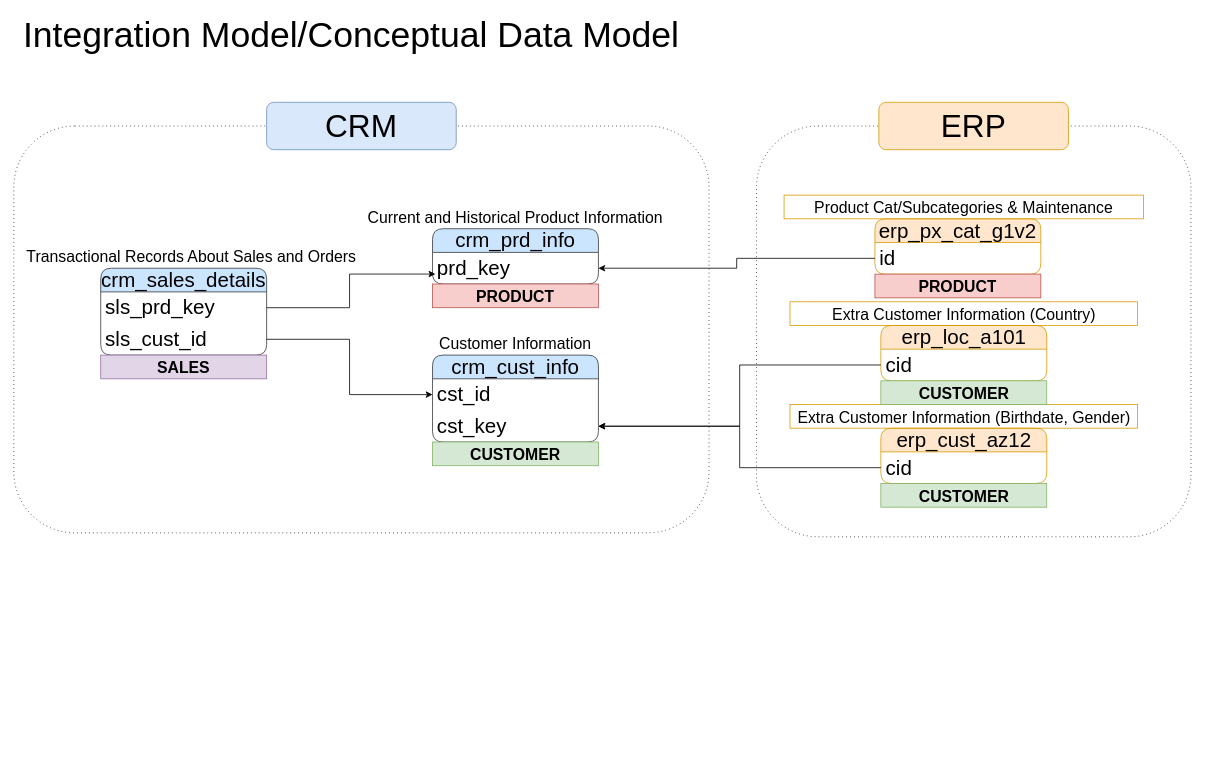
Above: page "Conceptual Data Model" (3 of 4) of images/ArchitectureDiagrams.drawio in sdsouto/sql-data-warehouse-project (draw.io), before the change. Source tidied: cells renumbered, new cells numbered last; positions are measured from the earlier drawing's top-left corner, leaving out a move shared by most shapes. Both pictures are drawn from the tidied source at 79%, with x=0, y=0 at pixel (13, 23).
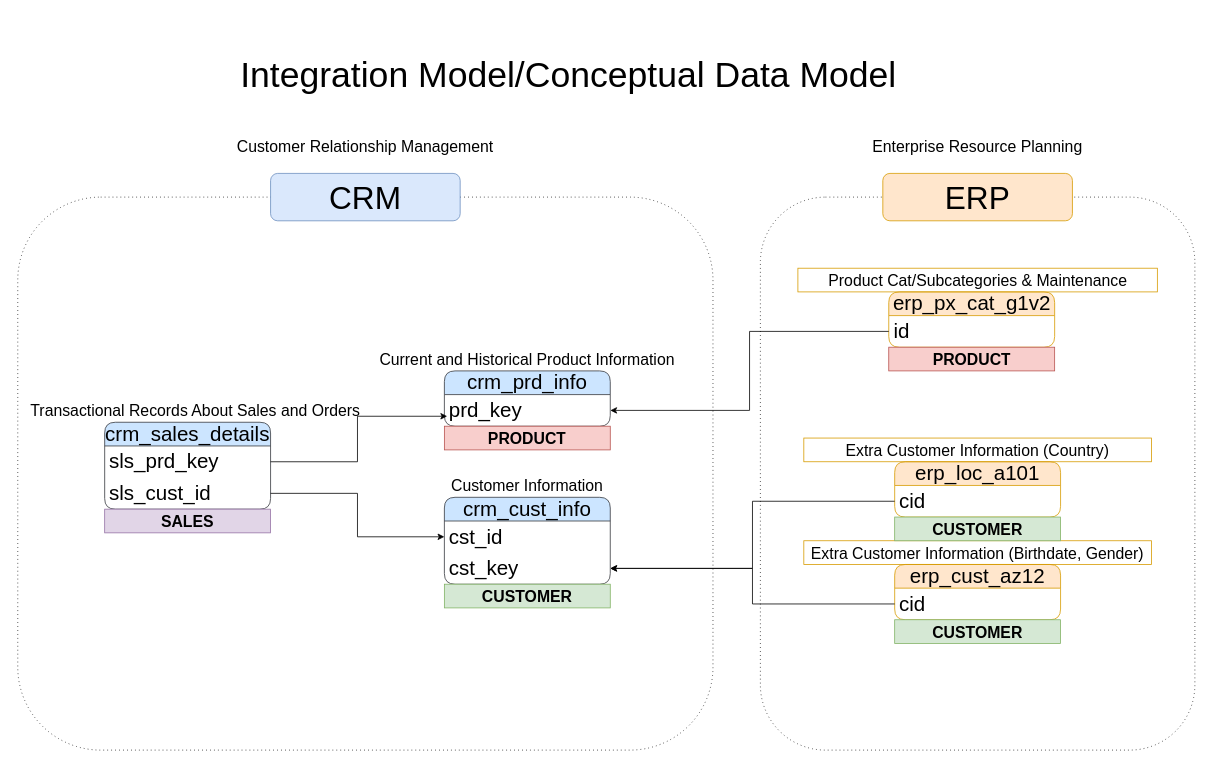
Above is the later version.

What changed in the source:
```diff
@@
     <mxCell id="2" style="rounded=1;whiteSpace=wrap;html=1;dashed=1;dashPattern=1 4;" parent="1" vertex="1">
-      <mxGeometry x="940" y="130" width="550" height="520" as="geometry" />
+      <mxGeometry x="945" y="220" width="550" height="700" as="geometry" />
     </mxCell>
     <mxCell id="3" style="rounded=1;whiteSpace=wrap;html=1;dashed=1;dashPattern=1 4;" parent="1" vertex="1">
-      <mxGeometry y="130" width="880" height="515" as="geometry" />
+      <mxGeometry x="5" y="220" width="880" height="700" as="geometry" />
     </mxCell>
     <mxCell id="4" value="&lt;font style=&quot;font-size: 45px;&quot;&gt;Integration Model/Conceptual Data Model&lt;/font&gt;" style="text;html=1;align=left;verticalAlign=middle;whiteSpace=wrap;rounded=0;" parent="1" vertex="1">
-      <mxGeometry x="10" width="940" height="30" as="geometry" />
+      <mxGeometry x="285" y="50" width="940" height="30" as="geometry" />
     </mxCell>
     <mxCell id="5" value="crm_cust_info" style="swimlane;fontStyle=0;horizontal=1;startSize=30;whiteSpace=wrap;html=1;rounded=1;swimlaneLine=1;shadow=0;glass=0;fillColor=#cce5ff;strokeColor=#36393d;fontSize=26;" parent="1" vertex="1">
-      <mxGeometry x="530" y="420" width="210" height="110" as="geometry" />
+      <mxGeometry x="545" y="600" width="210" height="110" as="geometry" />
     </mxCell>
@@
     <mxCell id="8" value="&lt;font style=&quot;font-size: 20px;&quot;&gt;Customer Information&lt;/font&gt;" style="text;html=1;align=center;verticalAlign=middle;whiteSpace=wrap;rounded=0;" parent="1" vertex="1">
-      <mxGeometry x="520" y="390" width="230" height="30" as="geometry" />
+      <mxGeometry x="535" y="570" width="230" height="30" as="geometry" />
     </mxCell>
     <mxCell id="9" value="&lt;font style=&quot;font-size: 20px;&quot;&gt;Current and Historical Product Information&lt;/font&gt;" style="text;html=1;align=center;verticalAlign=middle;whiteSpace=wrap;rounded=0;" parent="1" vertex="1">
-      <mxGeometry x="440" y="230" width="390" height="30" as="geometry" />
+      <mxGeometry x="455" y="410" width="390" height="30" as="geometry" />
     </mxCell>
     <mxCell id="10" value="crm_prd_info" style="swimlane;fontStyle=0;horizontal=1;startSize=30;whiteSpace=wrap;html=1;rounded=1;swimlaneLine=1;shadow=0;glass=0;fillColor=#cce5ff;strokeColor=#36393d;fontSize=26;" parent="1" vertex="1">
-      <mxGeometry x="530" y="260" width="210" height="70" as="geometry" />
+      <mxGeometry x="545" y="440" width="210" height="70" as="geometry" />
     </mxCell>
@@
     <mxCell id="12" value="&lt;span style=&quot;font-size: 20px;&quot;&gt;Transactional Records About Sales and Orders&lt;/span&gt;" style="text;html=1;align=center;verticalAlign=middle;whiteSpace=wrap;rounded=0;" parent="1" vertex="1">
-      <mxGeometry x="10" y="280" width="430" height="30" as="geometry" />
+      <mxGeometry x="15" y="475" width="430" height="30" as="geometry" />
     </mxCell>
     <mxCell id="13" value="crm_sales_details" style="swimlane;fontStyle=0;horizontal=1;startSize=30;whiteSpace=wrap;html=1;rounded=1;swimlaneLine=1;shadow=0;glass=0;fillColor=#cce5ff;strokeColor=#36393d;fontSize=26;" parent="1" vertex="1">
-      <mxGeometry x="110" y="310" width="210" height="110" as="geometry" />
+      <mxGeometry x="115" y="505" width="210" height="110" as="geometry" />
     </mxCell>
@@
     <mxCell id="17" value="erp_cust_az12" style="swimlane;fontStyle=0;horizontal=1;startSize=30;whiteSpace=wrap;html=1;rounded=1;swimlaneLine=1;shadow=0;glass=0;fillColor=#ffe6cc;strokeColor=#d79b00;fontSize=26;" parent="1" vertex="1">
-      <mxGeometry x="1097.5" y="512.5" width="210" height="70" as="geometry" />
+      <mxGeometry x="1115" y="685" width="210" height="70" as="geometry" />
     </mxCell>
@@
     <mxCell id="19" value="&lt;font style=&quot;font-size: 20px;&quot;&gt;Extra Customer Information (Birthdate, Gender)&lt;/font&gt;" style="text;html=1;align=center;verticalAlign=middle;whiteSpace=wrap;rounded=0;fillColor=none;strokeColor=#d79b00;" parent="1" vertex="1">
-      <mxGeometry x="982.5" y="482.5" width="440" height="30" as="geometry" />
+      <mxGeometry x="1000" y="655" width="440" height="30" as="geometry" />
     </mxCell>
@@
     <mxCell id="21" value="erp_loc_a101" style="swimlane;fontStyle=0;horizontal=1;startSize=30;whiteSpace=wrap;html=1;rounded=1;swimlaneLine=1;shadow=0;glass=0;fillColor=#ffe6cc;strokeColor=#d79b00;fontSize=26;" parent="1" vertex="1">
-      <mxGeometry x="1097.5" y="382.5" width="210" height="70" as="geometry" />
+      <mxGeometry x="1115" y="555" width="210" height="70" as="geometry" />
     </mxCell>
@@
     <mxCell id="23" value="&lt;font style=&quot;font-size: 20px;&quot;&gt;Extra Customer Information (Country)&lt;/font&gt;" style="text;html=1;align=center;verticalAlign=middle;whiteSpace=wrap;rounded=0;fillColor=none;strokeColor=#d79b00;" parent="1" vertex="1">
-      <mxGeometry x="982.5" y="352.5" width="440" height="30" as="geometry" />
+      <mxGeometry x="1000" y="525" width="440" height="30" as="geometry" />
     </mxCell>
@@
     <mxCell id="25" value="erp_px_cat_g1v2" style="swimlane;fontStyle=0;horizontal=1;startSize=30;whiteSpace=wrap;html=1;rounded=1;swimlaneLine=1;shadow=0;glass=0;fillColor=#ffe6cc;strokeColor=#d79b00;fontSize=26;" parent="1" vertex="1">
-      <mxGeometry x="1090" y="247.5" width="210" height="70" as="geometry" />
+      <mxGeometry x="1107.5" y="340" width="210" height="70" as="geometry" />
     </mxCell>
@@
     <mxCell id="27" value="&lt;font style=&quot;font-size: 20px;&quot;&gt;Product Cat/Subcategories &amp;amp; Maintenance&lt;/font&gt;" style="text;html=1;align=center;verticalAlign=middle;whiteSpace=wrap;rounded=0;fillColor=none;strokeColor=#d79b00;" parent="1" vertex="1">
-      <mxGeometry x="975" y="217.5" width="455" height="30" as="geometry" />
+      <mxGeometry x="992.5" y="310" width="455" height="30" as="geometry" />
     </mxCell>
@@
     <mxCell id="30" value="&lt;font style=&quot;font-size: 40px;&quot;&gt;CRM&lt;/font&gt;" style="rounded=1;whiteSpace=wrap;html=1;fillColor=#dae8fc;strokeColor=#6c8ebf;" parent="1" vertex="1">
-      <mxGeometry x="320" y="100" width="240" height="60" as="geometry" />
+      <mxGeometry x="325" y="190" width="240" height="60" as="geometry" />
     </mxCell>
     <mxCell id="31" value="&lt;font style=&quot;font-size: 40px;&quot;&gt;ERP&lt;/font&gt;" style="rounded=1;whiteSpace=wrap;html=1;fillColor=#ffe6cc;strokeColor=#d79b00;" parent="1" vertex="1">
-      <mxGeometry x="1095" y="100" width="240" height="60" as="geometry" />
+      <mxGeometry x="1100" y="190" width="240" height="60" as="geometry" />
     </mxCell>
     <mxCell id="32" value="&lt;font style=&quot;font-size: 20px;&quot;&gt;&lt;b&gt;PRODUCT&lt;/b&gt;&lt;/font&gt;" style="text;html=1;strokeColor=#b85450;fillColor=#f8cecc;align=center;verticalAlign=middle;whiteSpace=wrap;overflow=hidden;fontSize=13;" parent="1" vertex="1">
-      <mxGeometry x="530" y="330" width="210" height="30" as="geometry" />
+      <mxGeometry x="545" y="510" width="210" height="30" as="geometry" />
     </mxCell>
     <mxCell id="33" value="&lt;font style=&quot;font-size: 20px;&quot;&gt;&lt;b&gt;PRODUCT&lt;/b&gt;&lt;/font&gt;" style="text;html=1;strokeColor=#b85450;fillColor=#f8cecc;align=center;verticalAlign=middle;whiteSpace=wrap;overflow=hidden;fontSize=13;" parent="1" vertex="1">
-      <mxGeometry x="1090" y="317.5" width="210" height="30" as="geometry" />
+      <mxGeometry x="1107.5" y="410" width="210" height="30" as="geometry" />
     </mxCell>
     <mxCell id="34" value="&lt;font style=&quot;font-size: 20px;&quot;&gt;&lt;b&gt;CUSTOMER&lt;/b&gt;&lt;/font&gt;" style="text;html=1;strokeColor=#82b366;fillColor=#d5e8d4;align=center;verticalAlign=middle;whiteSpace=wrap;overflow=hidden;fontSize=13;" parent="1" vertex="1">
-      <mxGeometry x="530" y="530" width="210" height="30" as="geometry" />
+      <mxGeometry x="545" y="710" width="210" height="30" as="geometry" />
     </mxCell>
     <mxCell id="35" value="&lt;font style=&quot;font-size: 20px;&quot;&gt;&lt;b&gt;CUSTOMER&lt;/b&gt;&lt;/font&gt;" style="text;html=1;strokeColor=#82b366;fillColor=#d5e8d4;align=center;verticalAlign=middle;whiteSpace=wrap;overflow=hidden;fontSize=13;" parent="1" vertex="1">
-      <mxGeometry x="1097.5" y="582.5" width="210" height="30" as="geometry" />
+      <mxGeometry x="1115" y="755" width="210" height="30" as="geometry" />
     </mxCell>
     <mxCell id="36" value="&lt;font style=&quot;font-size: 20px;&quot;&gt;&lt;b&gt;CUSTOMER&lt;/b&gt;&lt;/font&gt;" style="text;html=1;strokeColor=#82b366;fillColor=#d5e8d4;align=center;verticalAlign=middle;whiteSpace=wrap;overflow=hidden;fontSize=13;" parent="1" vertex="1">
-      <mxGeometry x="1097.5" y="452.5" width="210" height="30" as="geometry" />
+      <mxGeometry x="1115" y="625" width="210" height="30" as="geometry" />
     </mxCell>
     <mxCell id="37" value="&lt;font style=&quot;font-size: 20px;&quot;&gt;&lt;b&gt;SALES&lt;/b&gt;&lt;/font&gt;" style="text;html=1;strokeColor=#9673a6;fillColor=#e1d5e7;align=center;verticalAlign=middle;whiteSpace=wrap;overflow=hidden;fontSize=13;" parent="1" vertex="1">
-      <mxGeometry x="110" y="420" width="210" height="30" as="geometry" />
+      <mxGeometry x="115" y="615" width="210" height="30" as="geometry" />
     </mxCell>
+    <mxCell id="38" value="&lt;font style=&quot;font-size: 20px;&quot;&gt;Customer Relationship Management&lt;/font&gt;" style="text;html=1;align=center;verticalAlign=middle;whiteSpace=wrap;rounded=0;" parent="1" vertex="1">
+      <mxGeometry x="280" y="140" width="330" height="30" as="geometry" />
+    </mxCell>
+    <mxCell id="39" value="&lt;font style=&quot;font-size: 20px;&quot;&gt;Enterprise Resource Planning&lt;/font&gt;" style="text;html=1;align=center;verticalAlign=middle;whiteSpace=wrap;rounded=0;" parent="1" vertex="1">
+      <mxGeometry x="1055" y="140" width="330" height="30" as="geometry" />
+    </mxCell>
```
